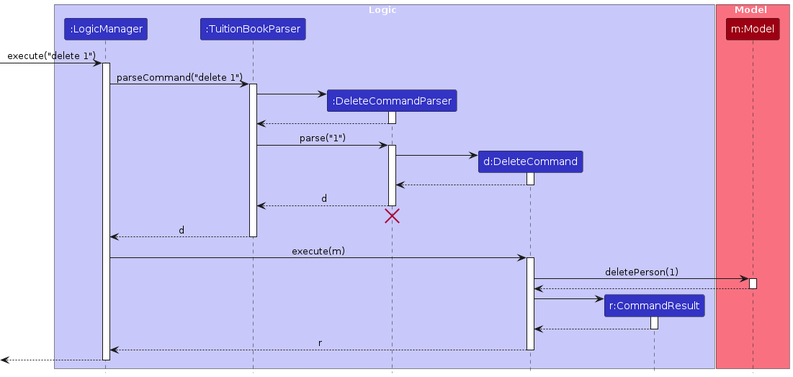
AY2627S1-CS2103T-T16-2/tp keeps this PlantUML diagram as diagrams/DeleteSequenceDiagram.png. Above is the earlier version. Its source is kept beside it as diagrams/DeleteSequenceDiagram.puml. Source of this version:
```plantuml
@startuml
!include style.puml
skinparam ArrowFontStyle plain

box Logic LOGIC_COLOR_T1
participant ":LogicManager" as LogicManager LOGIC_COLOR
participant ":TuitionBookParser" as TuitionBookParser LOGIC_COLOR
participant ":DeleteCommandParser" as DeleteCommandParser LOGIC_COLOR
participant "d:DeleteCommand" as DeleteCommand LOGIC_COLOR
participant "r:CommandResult" as CommandResult LOGIC_COLOR
end box

box Model MODEL_COLOR_T1
participant "m:Model" as Model MODEL_COLOR
end box

[-> LogicManager : execute("delete 1")
activate LogicManager

LogicManager -> TuitionBookParser : parseCommand("delete 1")
activate TuitionBookParser

create DeleteCommandParser
TuitionBookParser -> DeleteCommandParser
activate DeleteCommandParser

DeleteCommandParser --> TuitionBookParser
deactivate DeleteCommandParser

TuitionBookParser -> DeleteCommandParser : parse("1")
activate DeleteCommandParser

create DeleteCommand
DeleteCommandParser -> DeleteCommand
activate DeleteCommand

DeleteCommand --> DeleteCommandParser :
deactivate DeleteCommand

DeleteCommandParser --> TuitionBookParser : d
deactivate DeleteCommandParser
DeleteCommandParser -[hidden]-> TuitionBookParser
destroy DeleteCommandParser

TuitionBookParser --> LogicManager : d
deactivate TuitionBookParser

LogicManager -> DeleteCommand : execute(m)
activate DeleteCommand

DeleteCommand -> Model : deletePerson(1)
activate Model

Model --> DeleteCommand
deactivate Model

create CommandResult
DeleteCommand -> CommandResult
activate CommandResult

CommandResult --> DeleteCommand
deactivate CommandResult

DeleteCommand --> LogicManager : r
deactivate DeleteCommand

[<--LogicManager
deactivate LogicManager
@enduml
```
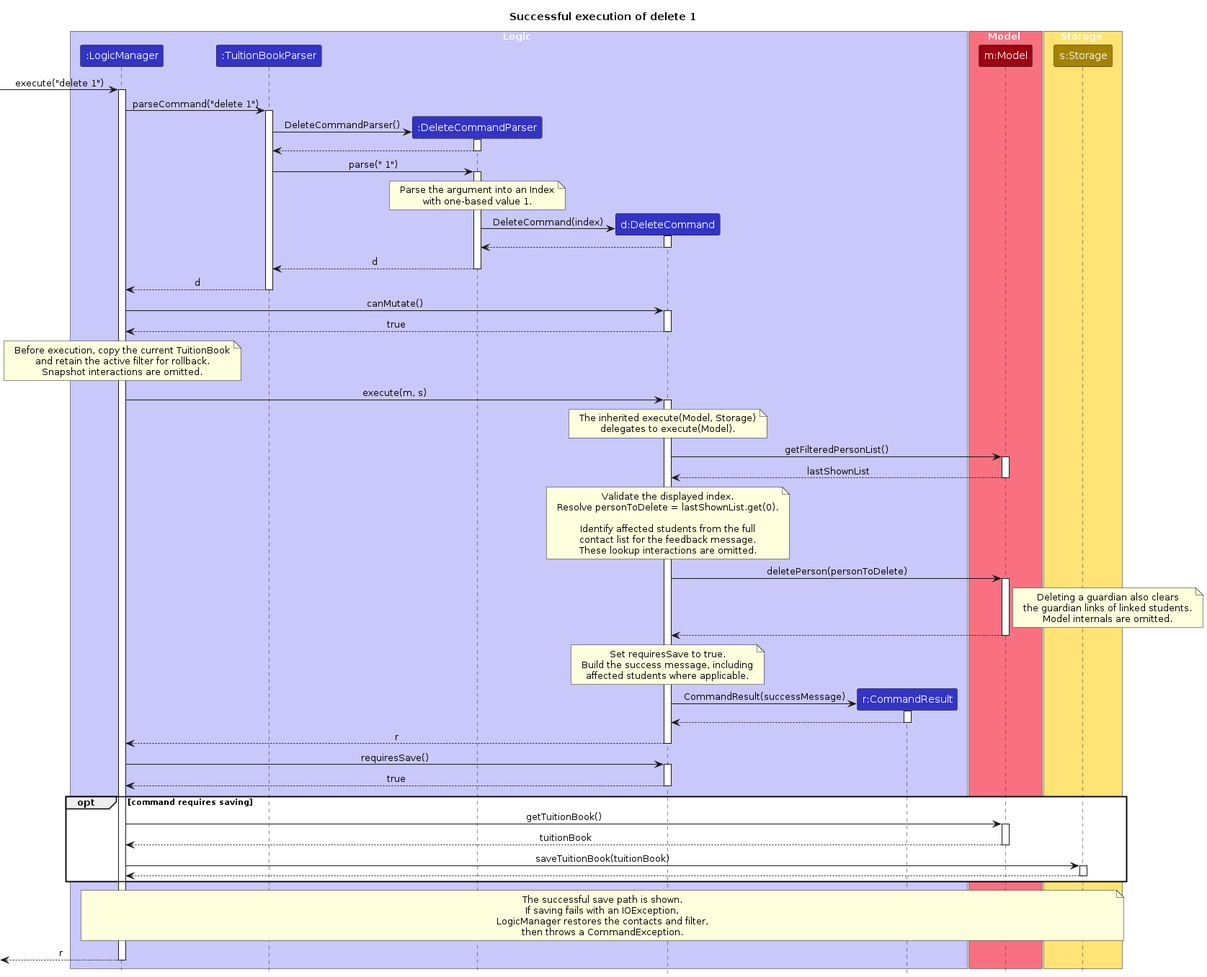
After the change.

The edit, as a diff of the source:
```diff
@@ -1,6 +1,8 @@
 @startuml
 !include style.puml
 skinparam ArrowFontStyle plain
+
+title Successful execution of delete 1
 
 box Logic LOGIC_COLOR_T1
 participant ":LogicManager" as LogicManager LOGIC_COLOR
@@ -14,6 +16,10 @@
 participant "m:Model" as Model MODEL_COLOR
 end box
 
+box Storage STORAGE_COLOR_T1
+participant "s:Storage" as Storage STORAGE_COLOR
+end box
+
 [-> LogicManager : execute("delete 1")
 activate LogicManager
 
@@ -21,49 +27,116 @@
 activate TuitionBookParser
 
 create DeleteCommandParser
-TuitionBookParser -> DeleteCommandParser
+TuitionBookParser -> DeleteCommandParser : DeleteCommandParser()
 activate DeleteCommandParser
-
 DeleteCommandParser --> TuitionBookParser
 deactivate DeleteCommandParser
 
-TuitionBookParser -> DeleteCommandParser : parse("1")
+TuitionBookParser -> DeleteCommandParser : parse(" 1")
 activate DeleteCommandParser
 
+note over DeleteCommandParser
+Parse the argument into an Index
+with one-based value 1.
+end note
+
 create DeleteCommand
-DeleteCommandParser -> DeleteCommand
+DeleteCommandParser -> DeleteCommand : DeleteCommand(index)
 activate DeleteCommand
-
-DeleteCommand --> DeleteCommandParser :
+DeleteCommand --> DeleteCommandParser
 deactivate DeleteCommand
 
 DeleteCommandParser --> TuitionBookParser : d
 deactivate DeleteCommandParser
-DeleteCommandParser -[hidden]-> TuitionBookParser
-destroy DeleteCommandParser
 
 TuitionBookParser --> LogicManager : d
 deactivate TuitionBookParser
 
-LogicManager -> DeleteCommand : execute(m)
+LogicManager -> DeleteCommand : canMutate()
+activate DeleteCommand
+DeleteCommand --> LogicManager : true
+deactivate DeleteCommand
+
+note over LogicManager
+Before execution, copy the current TuitionBook
+and retain the active filter for rollback.
+Snapshot interactions are omitted.
+end note
+
+LogicManager -> DeleteCommand : execute(m, s)
 activate DeleteCommand
 
-DeleteCommand -> Model : deletePerson(1)
+note over DeleteCommand
+The inherited execute(Model, Storage)
+delegates to execute(Model).
+end note
+
+DeleteCommand -> Model : getFilteredPersonList()
 activate Model
+Model --> DeleteCommand : lastShownList
+deactivate Model
+
+note over DeleteCommand
+Validate the displayed index.
+Resolve personToDelete = lastShownList.get(0).
+
+Identify affected students from the full
+contact list for the feedback message.
+These lookup interactions are omitted.
+end note
+
+DeleteCommand -> Model : deletePerson(personToDelete)
+activate Model
+
+note right of Model
+Deleting a guardian also clears
+the guardian links of linked students.
+Model internals are omitted.
+end note
 
 Model --> DeleteCommand
 deactivate Model
 
+note over DeleteCommand
+Set requiresSave to true.
+Build the success message, including
+affected students where applicable.
+end note
+
 create CommandResult
-DeleteCommand -> CommandResult
+DeleteCommand -> CommandResult : CommandResult(successMessage)
 activate CommandResult
-
 CommandResult --> DeleteCommand
 deactivate CommandResult
 
 DeleteCommand --> LogicManager : r
 deactivate DeleteCommand
 
-[<--LogicManager
+LogicManager -> DeleteCommand : requiresSave()
+activate DeleteCommand
+DeleteCommand --> LogicManager : true
+deactivate DeleteCommand
+
+opt command requires saving
+    LogicManager -> Model : getTuitionBook()
+    activate Model
+    Model --> LogicManager : tuitionBook
+    deactivate Model
+
+    LogicManager -> Storage : saveTuitionBook(tuitionBook)
+    activate Storage
+    Storage --> LogicManager
+    deactivate Storage
+end
+
+note over LogicManager, Storage
+The successful save path is shown.
+If saving fails with an IOException,
+LogicManager restores the contacts and filter,
+then throws a CommandException.
+end note
+
+[<-- LogicManager : r
 deactivate LogicManager
+
 @enduml
```
